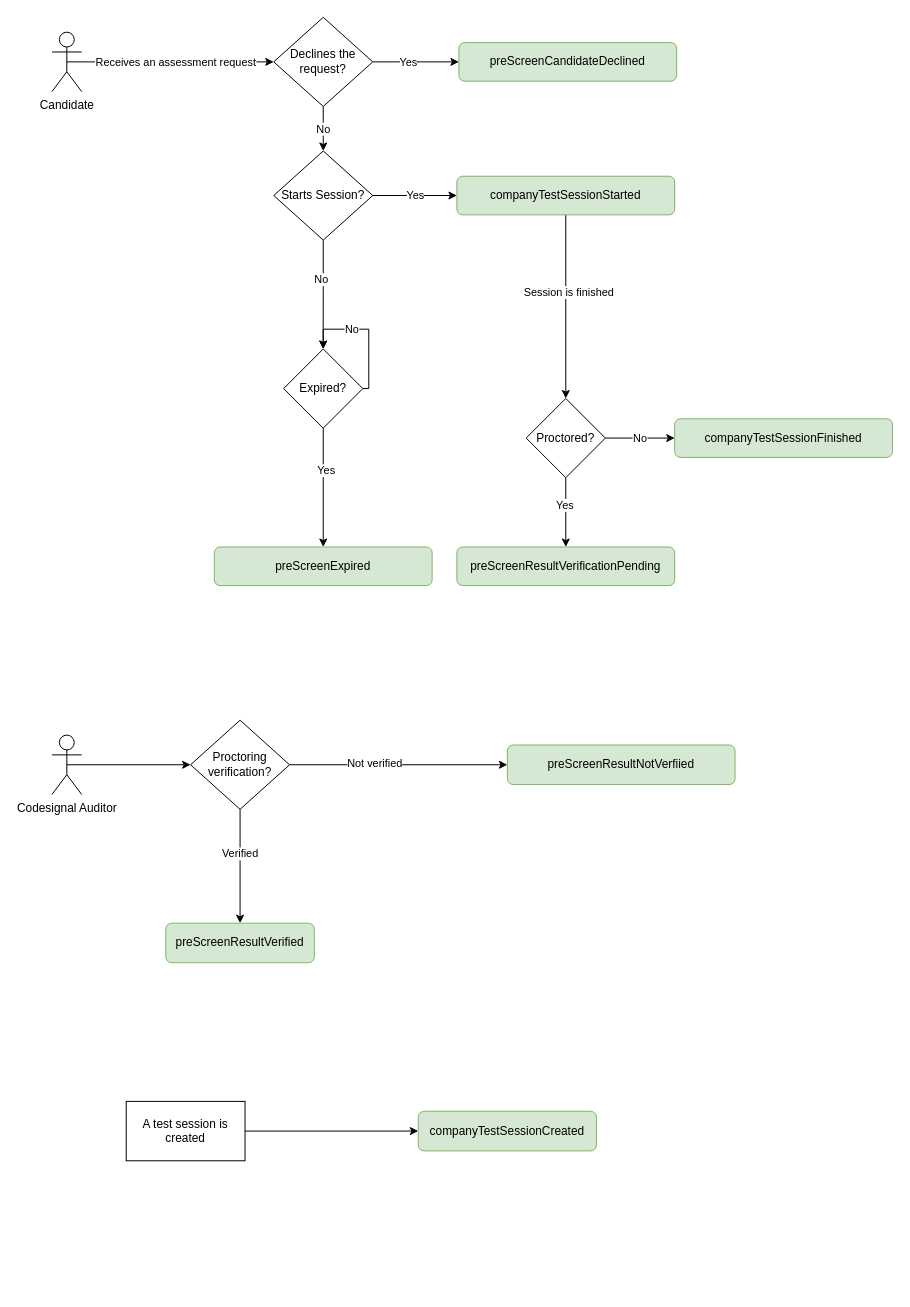
Above: docs/diagrams/webhooks-flow.drawio in CodeSignal/developer-docs (draw.io), before the change. Source tidied: cells renumbered, new cells numbered last; positions are measured from the earlier drawing's top-left corner, leaving out a move shared by most shapes. Both pictures are drawn from the tidied source at 99%, with x=0, y=0 at pixel (51, 17).
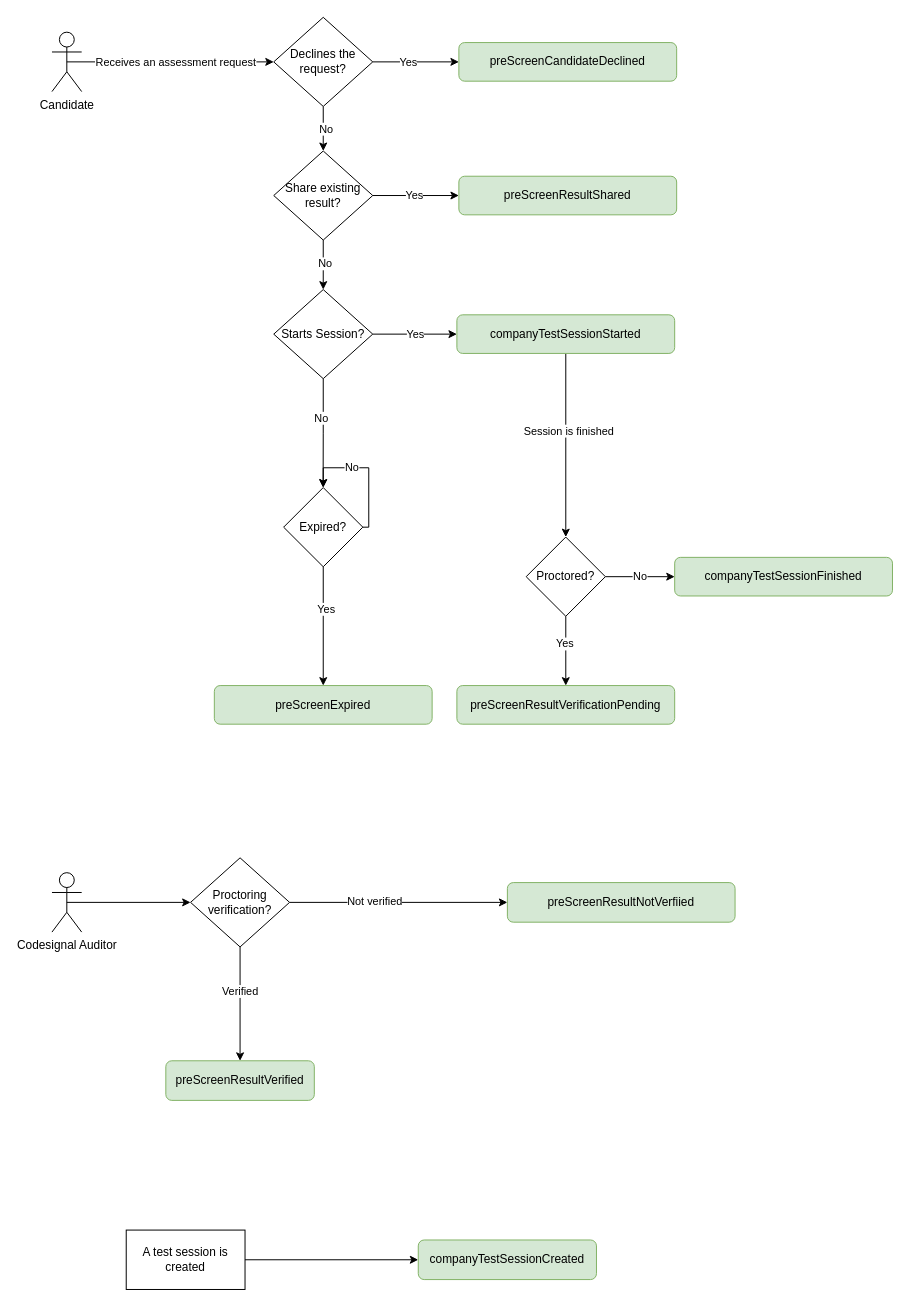
After the change.

Commit message (it also covers changes not shown here):
Added preScreenResultShared webhook (#40)

Unchanged cells that the change refers to:
```xml
<mxCell id="8" value="Declines the request?" style="rhombus;whiteSpace=wrap;html=1;" parent="1" vertex="1">
  <mxGeometry x="224" width="100" height="90" as="geometry" />
</mxCell>
```

The edit, as a diff of the source:
```diff
@@
-    <mxCell id="7" value="No" style="edgeStyle=orthogonalEdgeStyle;rounded=0;jettySize=auto;html=1;exitX=0.5;exitY=1;exitDx=0;exitDy=0;entryX=0.5;entryY=0;entryDx=0;entryDy=0;" parent="1" edge="1" source="8" target="13">
-      <mxGeometry relative="1" as="geometry" />
-    </mxCell>
+    <mxCell id="40" style="edgeStyle=orthogonalEdgeStyle;rounded=0;jettySize=auto;html=1;" parent="1" edge="1" source="8" target="46">
+      <mxGeometry relative="1" as="geometry" />
+    </mxCell>
+    <mxCell id="41" value="No" style="edgeLabel;html=1;align=center;verticalAlign=middle;" parent="40" vertex="1">
+      <mxGeometry x="-0.04" y="2" relative="1" as="geometry" />
+    </mxCell>
@@
     <mxCell id="11" style="edgeStyle=orthogonalEdgeStyle;rounded=0;jettySize=auto;html=1;exitX=0.5;exitY=1;exitDx=0;exitDy=0;" parent="1" edge="1" source="13">
       <mxGeometry relative="1" as="geometry">
-        <mxPoint x="273.9" y="335" as="targetPoint" />
+        <mxPoint x="273.9" y="475" as="targetPoint" />
       </mxGeometry>
     </mxCell>
@@
     <mxCell id="13" value="Starts Session?" style="rhombus;whiteSpace=wrap;html=1;" parent="1" vertex="1">
-      <mxGeometry x="224" y="135" width="100" height="90" as="geometry" />
+      <mxGeometry x="224" y="275" width="100" height="90" as="geometry" />
     </mxCell>
@@
     <mxCell id="16" value="companyTestSessionStarted" style="rounded=1;whiteSpace=wrap;html=1;fillColor=#d5e8d4;strokeColor=#82b366;" parent="1" vertex="1">
-      <mxGeometry x="409" y="160.5" width="220" height="39" as="geometry" />
+      <mxGeometry x="409" y="300.5" width="220" height="39" as="geometry" />
     </mxCell>
@@
     <mxCell id="19" value="No" style="edgeStyle=orthogonalEdgeStyle;rounded=0;jettySize=auto;html=1;exitX=1;exitY=0.5;exitDx=0;exitDy=0;entryX=0;entryY=0.5;entryDx=0;entryDy=0;" parent="1" edge="1" source="20">
       <mxGeometry relative="1" as="geometry">
-        <mxPoint x="629" y="425" as="targetPoint" />
+        <mxPoint x="629" y="565" as="targetPoint" />
       </mxGeometry>
     </mxCell>
     <mxCell id="20" value="Proctored?" style="rhombus;whiteSpace=wrap;html=1;" parent="1" vertex="1">
-      <mxGeometry x="479" y="385" width="80" height="80" as="geometry" />
+      <mxGeometry x="479" y="525" width="80" height="80" as="geometry" />
     </mxCell>
     <mxCell id="21" value="companyTestSessionFinished" style="rounded=1;whiteSpace=wrap;html=1;fillColor=#d5e8d4;strokeColor=#82b366;" parent="1" vertex="1">
-      <mxGeometry x="629" y="405.5" width="220" height="39" as="geometry" />
+      <mxGeometry x="629" y="545.5" width="220" height="39" as="geometry" />
     </mxCell>
     <mxCell id="22" value="preScreenResultVerificationPending" style="rounded=1;whiteSpace=wrap;html=1;fillColor=#d5e8d4;strokeColor=#82b366;" parent="1" vertex="1">
-      <mxGeometry x="409" y="535" width="220" height="39" as="geometry" />
+      <mxGeometry x="409" y="675" width="220" height="39" as="geometry" />
     </mxCell>
     <mxCell id="23" value="preScreenExpired" style="rounded=1;whiteSpace=wrap;html=1;fillColor=#d5e8d4;strokeColor=#82b366;" parent="1" vertex="1">
-      <mxGeometry x="164" y="535" width="220" height="39" as="geometry" />
+      <mxGeometry x="164" y="675" width="220" height="39" as="geometry" />
     </mxCell>
@@
     <mxCell id="25" value="Codesignal Auditor" style="shape=umlActor;verticalLabelPosition=bottom;verticalAlign=top;html=1;outlineConnect=0;" parent="1" vertex="1">
-      <mxGeometry y="725" width="30" height="60" as="geometry" />
+      <mxGeometry y="864" width="30" height="60" as="geometry" />
     </mxCell>
@@
     <mxCell id="30" value="Proctoring verification?" style="rhombus;whiteSpace=wrap;html=1;" parent="1" vertex="1">
-      <mxGeometry x="140" y="710" width="100" height="90" as="geometry" />
+      <mxGeometry x="140" y="849" width="100" height="90" as="geometry" />
     </mxCell>
     <mxCell id="31" value="preScreenResultVerified" style="rounded=1;whiteSpace=wrap;html=1;fillColor=#d5e8d4;strokeColor=#82b366;" parent="1" vertex="1">
-      <mxGeometry x="115" y="915" width="150" height="40" as="geometry" />
+      <mxGeometry x="115" y="1054" width="150" height="40" as="geometry" />
     </mxCell>
     <mxCell id="32" value="preScreenResultNotVerfiied" style="rounded=1;whiteSpace=wrap;html=1;fillColor=#d5e8d4;strokeColor=#82b366;" parent="1" vertex="1">
-      <mxGeometry x="460" y="735" width="230" height="40" as="geometry" />
+      <mxGeometry x="460" y="874" width="230" height="40" as="geometry" />
     </mxCell>
@@
     <mxCell id="34" value="companyTestSessionCreated" style="rounded=1;whiteSpace=wrap;html=1;fillColor=#d5e8d4;strokeColor=#82b366;" parent="1" vertex="1">
-      <mxGeometry x="370" y="1105" width="180" height="40" as="geometry" />
+      <mxGeometry x="370" y="1235" width="180" height="40" as="geometry" />
     </mxCell>
     <mxCell id="35" value="A test session is created" style="rounded=0;whiteSpace=wrap;html=1;" parent="1" vertex="1">
-      <mxGeometry x="75" y="1095" width="120" height="60" as="geometry" />
+      <mxGeometry x="75" y="1225" width="120" height="60" as="geometry" />
     </mxCell>
@@
     <mxCell id="38" value="Expired?" style="rhombus;whiteSpace=wrap;html=1;" parent="1" vertex="1">
-      <mxGeometry x="234" y="335" width="80" height="80" as="geometry" />
+      <mxGeometry x="234" y="475" width="80" height="80" as="geometry" />
     </mxCell>
     <mxCell id="39" value="No" style="edgeStyle=orthogonalEdgeStyle;rounded=0;orthogonalLoop=1;jettySize=auto;html=1;exitX=1;exitY=0.5;exitDx=0;exitDy=0;entryX=0.5;entryY=0;entryDx=0;entryDy=0;" parent="1" edge="1" source="38" target="38">
       <mxGeometry x="0.25" relative="1" as="geometry">
         <Array as="points">
-          <mxPoint x="320" y="375" />
-          <mxPoint x="320" y="315" />
-          <mxPoint x="274" y="315" />
+          <mxPoint x="320" y="515" />
+          <mxPoint x="320" y="455" />
+          <mxPoint x="274" y="455" />
         </Array>
       </mxGeometry>
     </mxCell>
+    <mxCell id="42" style="edgeStyle=orthogonalEdgeStyle;rounded=0;jettySize=auto;html=1;" parent="1" edge="1" source="46" target="13">
+      <mxGeometry relative="1" as="geometry" />
+    </mxCell>
+    <mxCell id="43" value="No" style="edgeLabel;html=1;align=center;verticalAlign=middle;" parent="42" vertex="1">
+      <mxGeometry x="-0.1" y="1" relative="1" as="geometry" />
+    </mxCell>
+    <mxCell id="44" style="edgeStyle=orthogonalEdgeStyle;rounded=0;jettySize=auto;html=1;" parent="1" edge="1" source="46" target="47">
+      <mxGeometry relative="1" as="geometry" />
+    </mxCell>
+    <mxCell id="45" value="Yes" style="edgeLabel;html=1;align=center;verticalAlign=middle;" parent="44" vertex="1">
+      <mxGeometry x="-0.06" y="2" relative="1" as="geometry">
+        <mxPoint y="1" as="offset" />
+      </mxGeometry>
+    </mxCell>
+    <mxCell id="46" value="Share existing result?" style="rhombus;whiteSpace=wrap;html=1;" parent="1" vertex="1">
+      <mxGeometry x="224" y="135" width="100" height="90" as="geometry" />
+    </mxCell>
+    <mxCell id="47" value="preScreenResultShared" style="rounded=1;whiteSpace=wrap;html=1;fillColor=#d5e8d4;strokeColor=#82b366;" parent="1" vertex="1">
+      <mxGeometry x="411" y="160.5" width="220" height="39" as="geometry" />
+    </mxCell>
```
